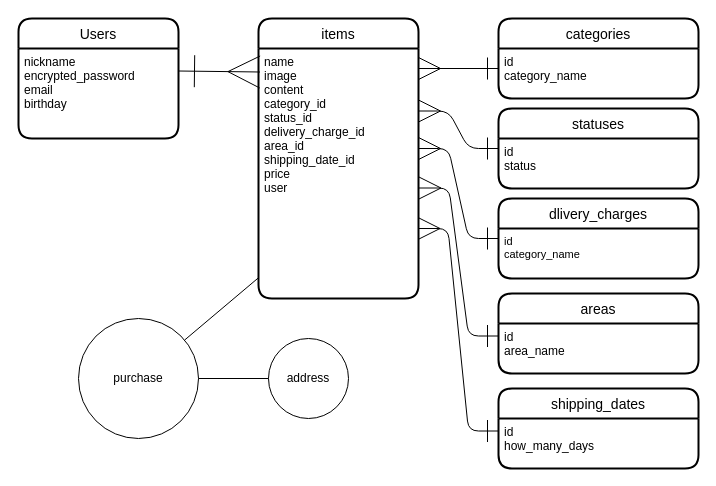
nagano518/furima-38866 keeps this draw.io diagram as ER.dio. Above is the earlier version. Source tidied: cells renumbered, new cells numbered last; positions are measured from the earlier drawing's top-left corner, leaving out a move shared by most shapes. Both pictures are drawn from the tidied source at 100%, with x=0, y=0 at pixel (18, 18).
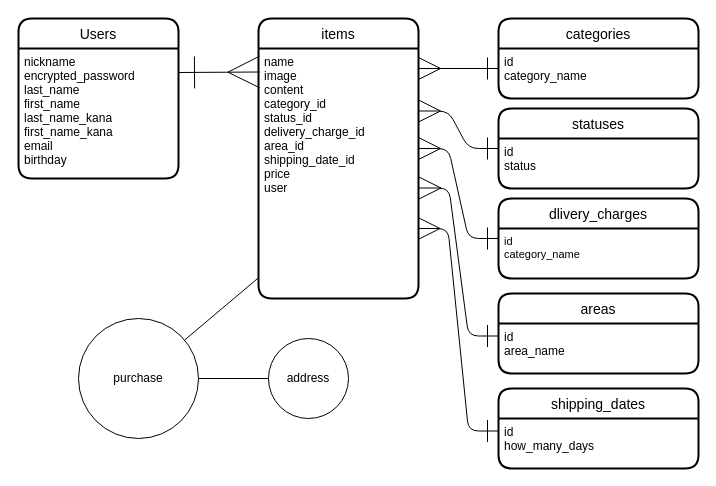
The same page after the edit.

Commit message (it also covers changes not shown here):
ユーザーテーブルの修正

The change refers to these unchanged cells:
```xml
<mxCell id="5" value="name&#10;image&#10;content&#10;category_id&#10;status_id&#10;delivery_charge_id&#10;area_id&#10;shipping_date_id&#10;price&#10;user" style="align=left;strokeColor=none;fillColor=none;spacingLeft=4;fontSize=12;verticalAlign=top;" parent="4" vertex="1">
  <mxGeometry y="30" width="160" height="250" as="geometry" />
</mxCell>
```

The edit, as a diff of the source:
```diff
@@
     <mxCell id="2" value="Users" style="swimlane;horizontal=1;startSize=30;rounded=1;fontSize=14;fontStyle=0;strokeWidth=2;shadow=0;dashed=0;align=center;" parent="1" vertex="1">
-      <mxGeometry width="160" height="120" as="geometry" />
+      <mxGeometry width="160" height="160" as="geometry" />
     </mxCell>
-    <mxCell id="3" value="nickname&#10;encrypted_password&#10;email&#10;birthday" style="align=left;strokeColor=none;fillColor=none;spacingLeft=4;fontSize=12;verticalAlign=top;" parent="2" vertex="1">
-      <mxGeometry y="30" width="160" height="90" as="geometry" />
+    <mxCell id="3" value="nickname&#10;encrypted_password&#10;last_name&#10;first_name&#10;last_name_kana&#10;first_name_kana&#10;email&#10;birthday" style="align=left;strokeColor=none;fillColor=none;spacingLeft=4;fontSize=12;verticalAlign=top;" parent="2" vertex="1">
+      <mxGeometry y="30" width="160" height="130" as="geometry" />
     </mxCell>
@@
-    <mxCell id="6" style="edgeStyle=none;html=1;exitX=1;exitY=0.25;exitDx=0;exitDy=0;endArrow=ERmany;endFill=0;endSize=30;startArrow=ERone;startFill=0;startSize=30;entryX=0.009;entryY=0.094;entryDx=0;entryDy=0;entryPerimeter=0;" parent="1" edge="1" source="3" target="5">
-      <mxGeometry relative="1" as="geometry" />
+    <mxCell id="6" style="edgeStyle=none;html=1;endArrow=ERmany;endFill=0;endSize=30;startArrow=ERone;startFill=0;startSize=30;entryX=0.009;entryY=0.094;entryDx=0;entryDy=0;entryPerimeter=0;" parent="1" edge="1" target="5">
+      <mxGeometry relative="1" as="geometry">
+        <mxPoint x="160" y="54" as="sourcePoint" />
+      </mxGeometry>
     </mxCell>
```
